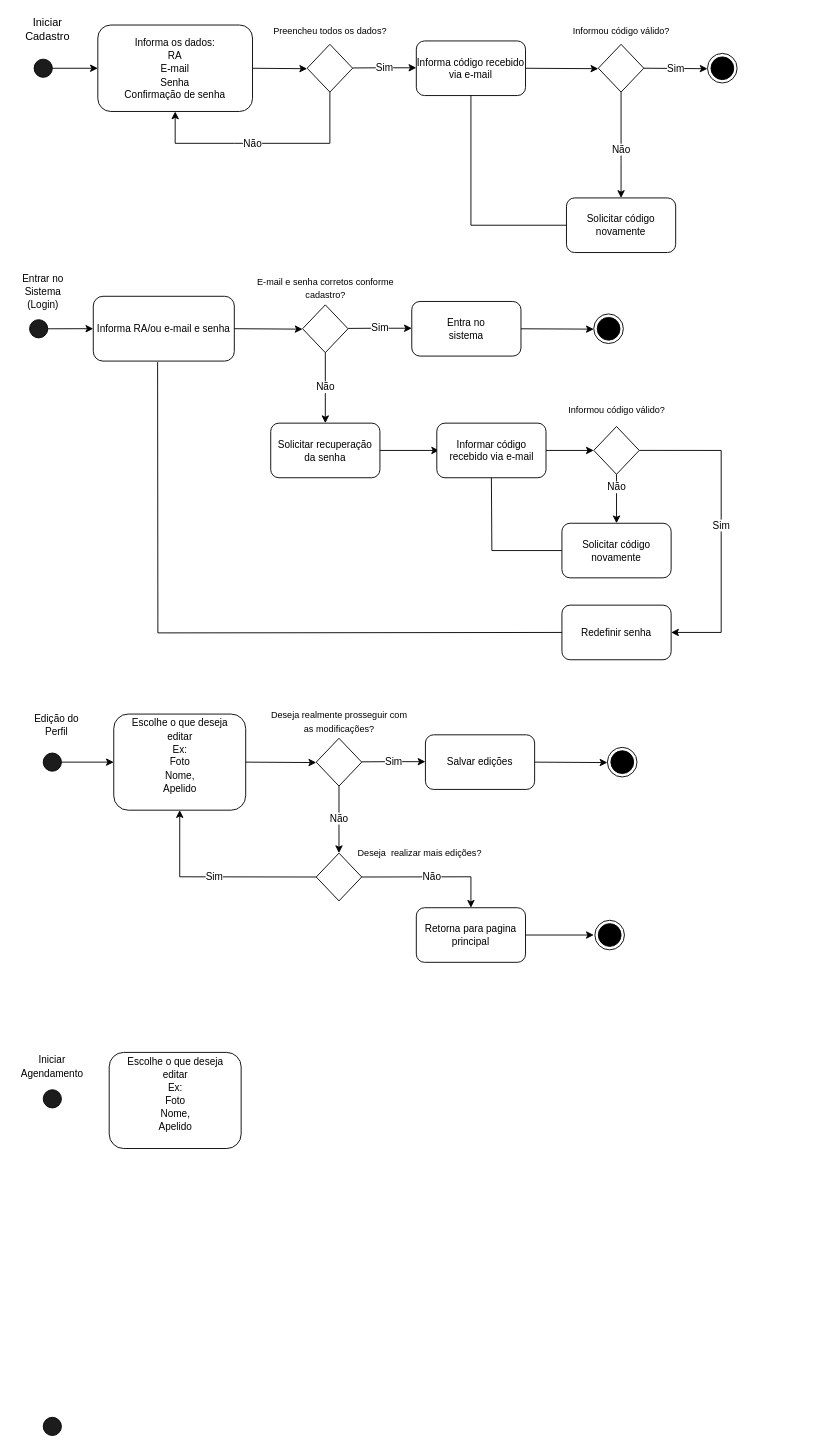
This is projeto/Diagrama sem nome.drawio from edueevaristo/atividade-fabricadeprojetos, a draw.io file, before an edit. Source tidied: cells renumbered, new cells numbered last; positions are measured from the earlier drawing's top-left corner, leaving out a move shared by most shapes. Both pictures are drawn from the tidied source at 91%, with x=0, y=0 at pixel (15, 15).
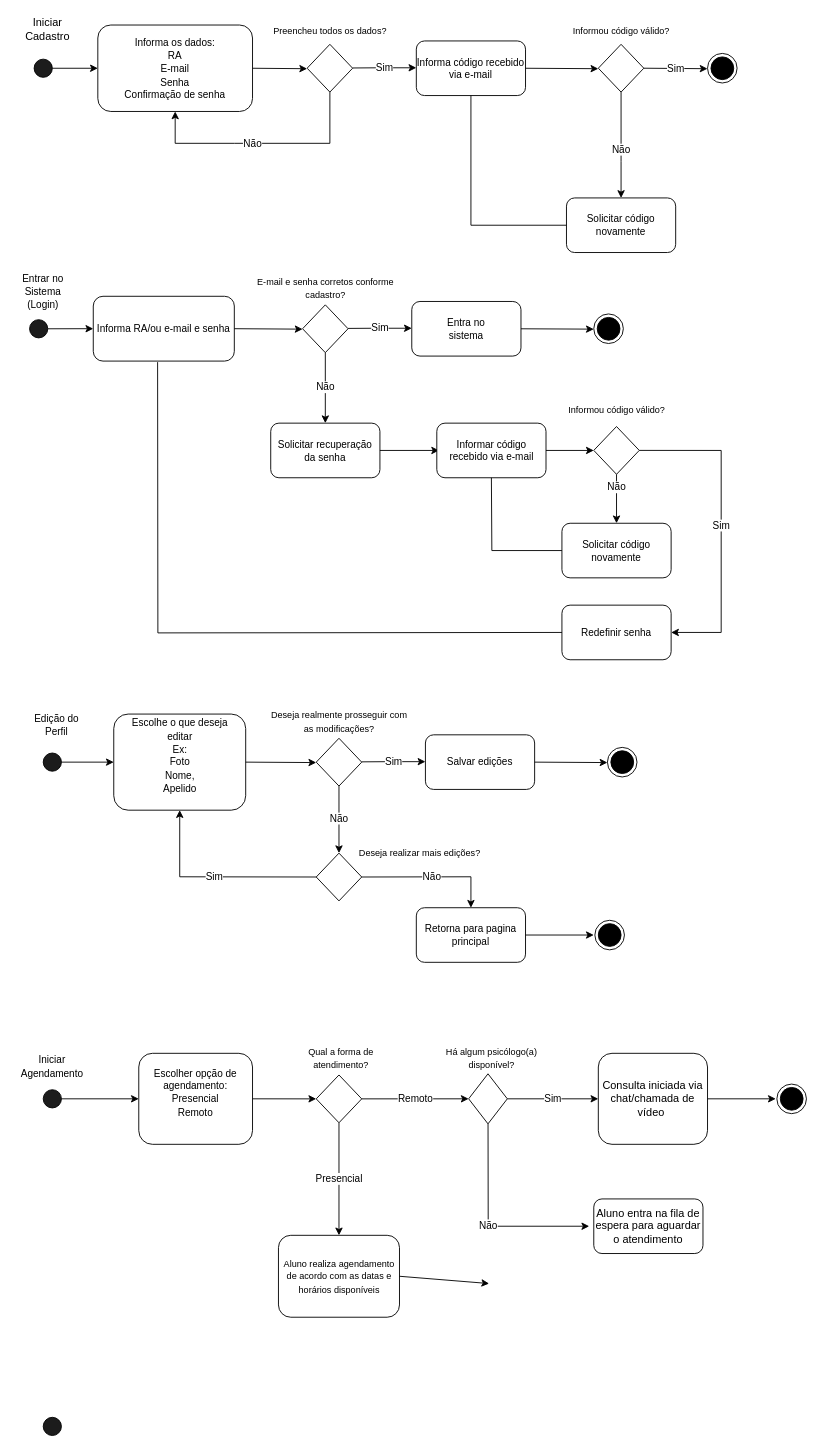
After the change.

Commit message:
Iniciar Agendamento adicionado

Unchanged cells that the change refers to:
```xml
<mxCell id="67" style="ellipse;whiteSpace=wrap;html=1;fillColor=#1C1C1C;" parent="1" vertex="1">
  <mxGeometry x="30" y="1180" width="20" height="20" as="geometry" />
</mxCell>
```

The edit, as a diff of the source:
```diff
@@
-    <mxCell id="60" value="&lt;font style=&quot;font-size: 10px;&quot;&gt;Deseja&amp;nbsp; realizar mais edições?&lt;/font&gt;" style="text;strokeColor=none;align=center;fillColor=none;html=1;verticalAlign=middle;whiteSpace=wrap;rounded=0;" parent="1" vertex="1">
+    <mxCell id="60" value="&lt;font style=&quot;font-size: 10px;&quot;&gt;Deseja realizar mais edições?&lt;/font&gt;" style="text;strokeColor=none;align=center;fillColor=none;html=1;verticalAlign=middle;whiteSpace=wrap;rounded=0;" parent="1" vertex="1">
       <mxGeometry x="370" y="910" width="147.5" height="20" as="geometry" />
     </mxCell>
@@
-    <mxCell id="70" value="&lt;font style=&quot;font-size: 11px;&quot;&gt;Escolhe o que deseja&lt;br&gt;editar&lt;br&gt;Ex:&lt;br&gt;Foto&lt;br&gt;Nome,&lt;br&gt;Apelido&lt;br&gt;&lt;br&gt;&lt;/font&gt;" style="rounded=1;whiteSpace=wrap;html=1;" parent="1" vertex="1">
-      <mxGeometry x="102.5" y="1139" width="145" height="105.6" as="geometry" />
+    <mxCell id="70" value="&lt;font style=&quot;font-size: 11px;&quot;&gt;Escolher opção de agendamento:&lt;br&gt;Presencial&lt;br&gt;Remoto&lt;br&gt;&lt;br&gt;&lt;/font&gt;" style="rounded=1;whiteSpace=wrap;html=1;" parent="1" vertex="1">
+      <mxGeometry x="135" y="1140" width="125" height="100" as="geometry" />
     </mxCell>
+    <mxCell id="71" style="endArrow=classic;html=1;rounded=0;exitX=1;exitY=0.5;exitDx=0;exitDy=0;entryX=0;entryY=0.5;entryDx=0;entryDy=0;" parent="1" edge="1" source="67" target="70">
+      <mxGeometry relative="1" as="geometry" />
+    </mxCell>
+    <mxCell id="72" style="rhombus;whiteSpace=wrap;html=1;" parent="1" vertex="1">
+      <mxGeometry x="330" y="1163.8" width="50" height="52.5" as="geometry" />
+    </mxCell>
+    <mxCell id="73" value="&lt;font style=&quot;vertical-align: inherit; font-size: 10px;&quot;&gt;&lt;font style=&quot;vertical-align: inherit; font-size: 10px;&quot;&gt;&lt;font style=&quot;vertical-align: inherit; font-size: 10px;&quot;&gt;&lt;font style=&quot;vertical-align: inherit; font-size: 10px;&quot;&gt;Qual a forma de atendimento?&lt;/font&gt;&lt;/font&gt;&lt;/font&gt;&lt;/font&gt;" style="text;strokeColor=none;align=center;fillColor=none;html=1;verticalAlign=middle;whiteSpace=wrap;rounded=0;" parent="1" vertex="1">
+      <mxGeometry x="315" y="1130" width="85" height="30" as="geometry" />
+    </mxCell>
+    <mxCell id="74" value="Remoto" style="endArrow=classic;html=1;rounded=0;exitX=1;exitY=0.5;exitDx=0;exitDy=0;entryX=0;entryY=0.5;entryDx=0;entryDy=0;" parent="1" edge="1" source="72" target="76">
+      <mxGeometry relative="1" as="geometry" />
+    </mxCell>
+    <mxCell id="75" value="Presencial" style="endArrow=classic;html=1;rounded=0;" parent="1" edge="1" source="72">
+      <mxGeometry relative="1" as="geometry">
+        <mxPoint x="355" y="1340" as="targetPoint" />
+      </mxGeometry>
+    </mxCell>
+    <mxCell id="76" style="rhombus;whiteSpace=wrap;html=1;" parent="1" vertex="1">
+      <mxGeometry x="497.5" y="1162.5" width="42.5" height="55" as="geometry" />
+    </mxCell>
+    <mxCell id="77" value="&lt;font style=&quot;font-size: 10px;&quot;&gt;Há algum psicólogo(a) disponível?&lt;/font&gt;" style="text;strokeColor=none;align=center;fillColor=none;html=1;verticalAlign=middle;whiteSpace=wrap;rounded=0;" parent="1" vertex="1">
+      <mxGeometry x="453.8" y="1130" width="137.5" height="30" as="geometry" />
+    </mxCell>
+    <mxCell id="78" style="endArrow=classic;html=1;rounded=0;entryX=0;entryY=0.5;entryDx=0;entryDy=0;" parent="1" edge="1" target="72">
+      <mxGeometry relative="1" as="geometry">
+        <mxPoint x="260" y="1190" as="sourcePoint" />
+      </mxGeometry>
+    </mxCell>
+    <mxCell id="79" value="Sim" style="endArrow=classic;html=1;rounded=0;entryX=0;entryY=0.5;entryDx=0;entryDy=0;" parent="1" edge="1" target="80">
+      <mxGeometry relative="1" as="geometry">
+        <mxPoint x="540" y="1190" as="sourcePoint" />
+      </mxGeometry>
+    </mxCell>
+    <mxCell id="80" value="Consulta iniciada via chat/chamada de vídeo&amp;nbsp;" style="rounded=1;whiteSpace=wrap;html=1;" parent="1" vertex="1">
+      <mxGeometry x="640" y="1140" width="120" height="100" as="geometry" />
+    </mxCell>
+    <mxCell id="81" style="endArrow=classic;html=1;rounded=0;exitX=1;exitY=0.5;exitDx=0;exitDy=0;" parent="1" edge="1">
+      <mxGeometry relative="1" as="geometry">
+        <mxPoint x="760" y="1190" as="sourcePoint" />
+        <mxPoint x="835" y="1190" as="targetPoint" />
+      </mxGeometry>
+    </mxCell>
+    <mxCell id="82" style="ellipse;whiteSpace=wrap;html=1;" parent="1" vertex="1">
+      <mxGeometry x="836.2" y="1173.8" width="32.5" height="32.5" as="geometry" />
+    </mxCell>
+    <mxCell id="83" style="ellipse;whiteSpace=wrap;html=1;fillColor=#000000;labelBackgroundColor=#000000;" parent="1" vertex="1">
+      <mxGeometry x="840" y="1177.5" width="25" height="25" as="geometry" />
+    </mxCell>
+    <mxCell id="84" value="&lt;font style=&quot;font-size: 10px;&quot;&gt;Aluno realiza agendamento de acordo com as datas e horários disponíveis&lt;/font&gt;" style="rounded=1;whiteSpace=wrap;html=1;" parent="1" vertex="1">
+      <mxGeometry x="288.5" y="1340" width="133" height="90" as="geometry" />
+    </mxCell>
+    <mxCell id="85" style="endArrow=classic;html=1;rounded=0;exitX=1;exitY=0.5;exitDx=0;exitDy=0;" parent="1" edge="1" source="84">
+      <mxGeometry relative="1" as="geometry">
+        <mxPoint x="520" y="1393" as="targetPoint" />
+      </mxGeometry>
+    </mxCell>
+    <mxCell id="86" value="Não" style="endArrow=classic;html=1;rounded=0;" parent="1" edge="1" source="76">
+      <mxGeometry relative="1" as="geometry">
+        <mxPoint x="630" y="1330" as="targetPoint" />
+        <Array as="points">
+          <mxPoint x="519" y="1330" />
+        </Array>
+      </mxGeometry>
+    </mxCell>
+    <mxCell id="87" value="Aluno entra na fila de espera para aguardar o atendimento" style="rounded=1;whiteSpace=wrap;html=1;" parent="1" vertex="1">
+      <mxGeometry x="635" y="1300" width="120" height="60" as="geometry" />
+    </mxCell>
```
